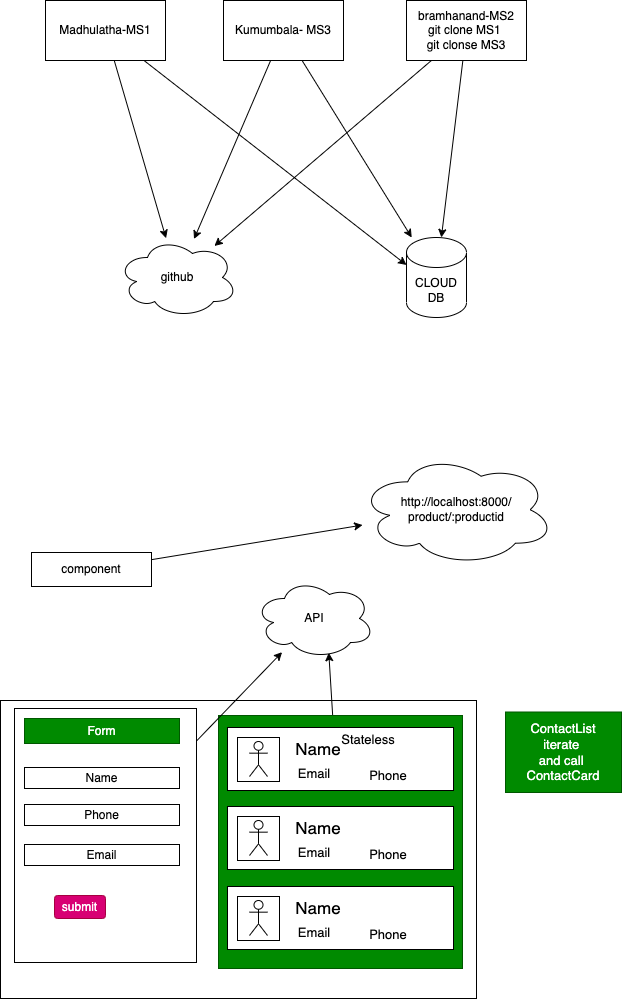
Before: images/day11.drawio.png, a diagram exported from draw.io (adithnaveen/2022-sapient-react-node-graphql). Source tidied: cells renumbered, new cells last; positions are measured from the earlier drawing's top-left corner, leaving out a move shared by most shapes.
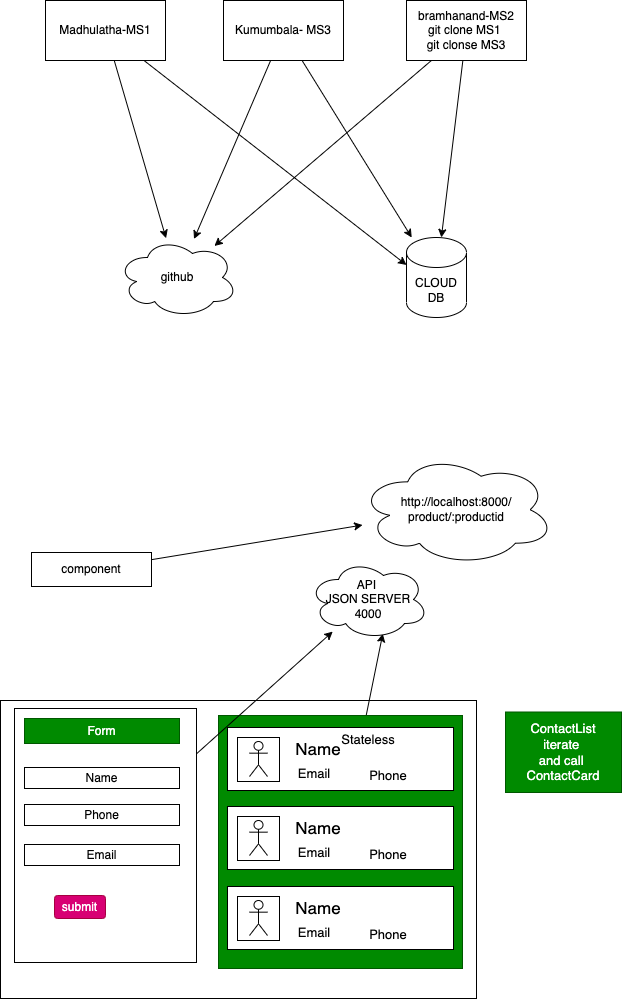
After the commit.

Diff of the diagram source:
```diff
@@ -74,8 +74,8 @@
     <mxCell id="25" value="submit" style="rounded=1;whiteSpace=wrap;html=1;fillColor=#d80073;fontColor=#ffffff;strokeColor=#A50040;" parent="1" vertex="1">
       <mxGeometry x="54" y="895" width="51" height="23" as="geometry" />
     </mxCell>
-    <mxCell id="26" value="API" style="ellipse;shape=cloud;whiteSpace=wrap;html=1;" parent="1" vertex="1">
-      <mxGeometry x="254" y="578" width="120" height="80" as="geometry" />
+    <mxCell id="26" value="API&amp;nbsp;&lt;br&gt;JSON SERVER&lt;br&gt;4000" style="ellipse;shape=cloud;whiteSpace=wrap;html=1;" parent="1" vertex="1">
+      <mxGeometry x="308" y="559" width="120" height="80" as="geometry" />
     </mxCell>
     <mxCell id="27" style="rounded=0;whiteSpace=wrap;html=1;" parent="1" vertex="1">
       <mxGeometry x="227" y="727" width="226" height="63" as="geometry" />
```
